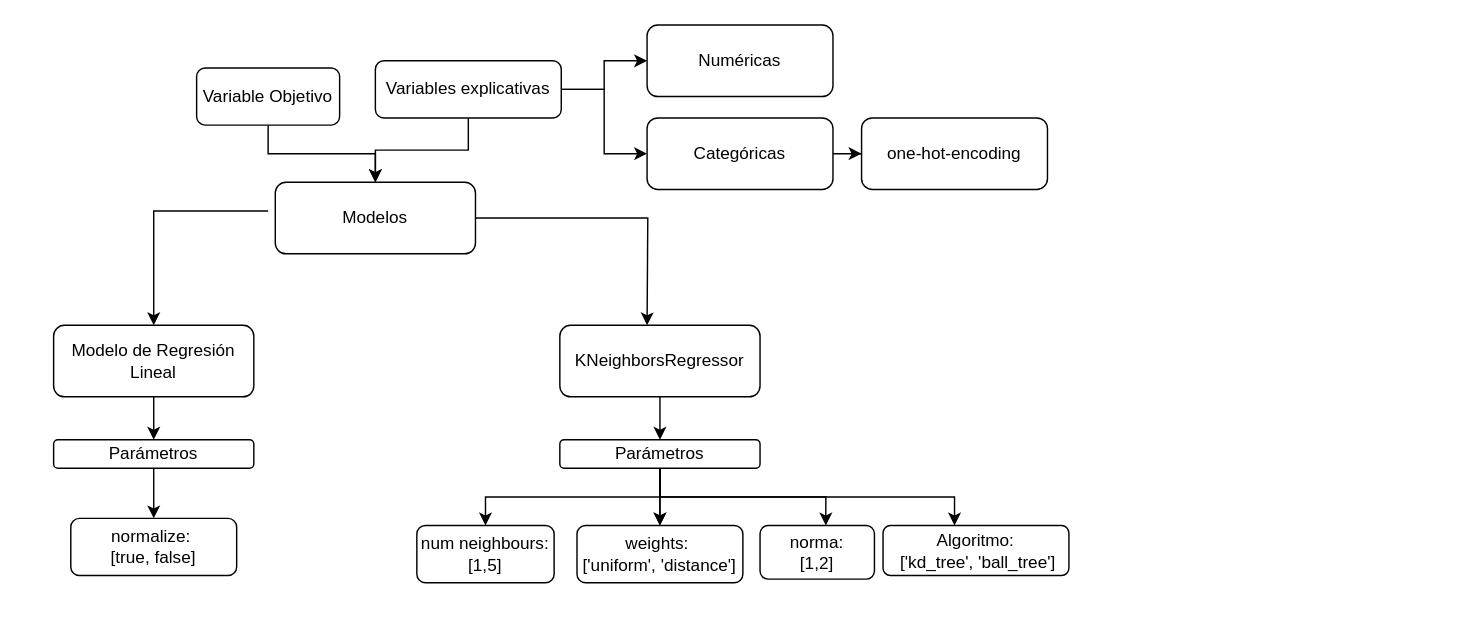
This is Untitled Diagram.drawio from Rebeca98/Proyecto_MineriaDatos, a draw.io file, before an edit. Source tidied: cells renumbered, new cells numbered last; positions are measured from the earlier drawing's top-left corner, leaving out a move shared by most shapes. Both pictures are drawn from the tidied source at 143%, with x=0, y=0 at pixel (53, 24).
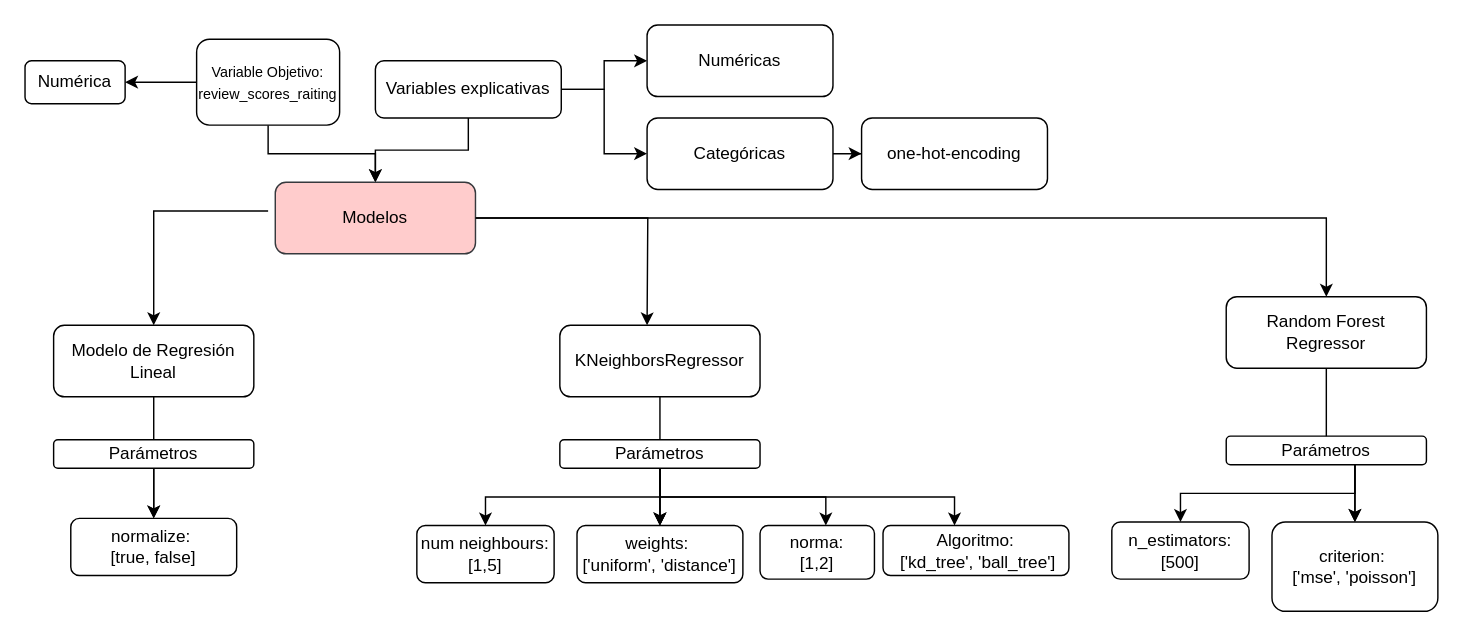
The same page after the edit.

The change refers to these unchanged cells:
```xml
<mxCell id="12" value="Modelo de Regresión Lineal" style="rounded=1;whiteSpace=wrap;html=1;fontSize=12;glass=0;strokeWidth=1;shadow=0;" parent="1" vertex="1">
  <mxGeometry y="210" width="140" height="50" as="geometry" />
</mxCell>
<mxCell id="15" value="KNeighborsRegressor" style="rounded=1;whiteSpace=wrap;html=1;fontSize=12;glass=0;strokeWidth=1;shadow=0;" parent="1" vertex="1">
  <mxGeometry x="354" y="210" width="140" height="50" as="geometry" />
</mxCell>
<mxCell id="24" value="weights:&amp;nbsp;&lt;br&gt;['uniform', 'distance']" style="rounded=1;whiteSpace=wrap;html=1;fontSize=12;glass=0;strokeWidth=1;shadow=0;" parent="1" vertex="1">
  <mxGeometry x="366" y="350" width="116" height="40" as="geometry" />
</mxCell>
<mxCell id="28" value="Parámetros" style="rounded=1;whiteSpace=wrap;html=1;fontSize=12;glass=0;strokeWidth=1;shadow=0;" parent="1" vertex="1">
  <mxGeometry y="290" width="140" height="20" as="geometry" />
</mxCell>
<mxCell id="29" value="normalize:&amp;nbsp;&lt;br&gt;[true, false]" style="rounded=1;whiteSpace=wrap;html=1;fontSize=12;glass=0;strokeWidth=1;shadow=0;" parent="1" vertex="1">
  <mxGeometry x="12" y="345" width="116" height="40" as="geometry" />
</mxCell>
```

Diff of the diagram source:
```diff
@@
+    <mxCell id="32" style="edgeStyle=orthogonalEdgeStyle;rounded=0;jettySize=auto;html=1;" parent="1" edge="1" source="3" target="36">
+      <mxGeometry relative="1" as="geometry" />
+    </mxCell>
-    <mxCell id="3" value="Variable Objetivo" style="rounded=1;whiteSpace=wrap;html=1;fontSize=12;glass=0;strokeWidth=1;shadow=0;" parent="1" vertex="1">
-      <mxGeometry x="100" y="30" width="100" height="40" as="geometry" />
+    <mxCell id="3" value="&lt;font style=&quot;font-size: 10px&quot;&gt;Variable Objetivo:&lt;br&gt;review_scores_raiting&lt;/font&gt;" style="rounded=1;whiteSpace=wrap;html=1;fontSize=12;glass=0;strokeWidth=1;shadow=0;" parent="1" vertex="1">
+      <mxGeometry x="100" y="10" width="100" height="60" as="geometry" />
     </mxCell>
@@
-    <mxCell id="11" style="edgeStyle=orthogonalEdgeStyle;rounded=0;jettySize=auto;html=1;" parent="1" edge="1" source="12" target="28">
-      <mxGeometry relative="1" as="geometry" />
-    </mxCell>
+    <mxCell id="33" style="edgeStyle=orthogonalEdgeStyle;rounded=0;jettySize=auto;html=1;fontSize=10;" parent="1" edge="1" source="12" target="29">
+      <mxGeometry relative="1" as="geometry" />
+    </mxCell>
@@
-    <mxCell id="14" style="edgeStyle=orthogonalEdgeStyle;rounded=0;jettySize=auto;html=1;" parent="1" edge="1" source="15">
-      <mxGeometry relative="1" as="geometry">
-        <mxPoint x="424" y="290" as="targetPoint" />
-      </mxGeometry>
-    </mxCell>
+    <mxCell id="34" style="edgeStyle=orthogonalEdgeStyle;rounded=0;jettySize=auto;html=1;fontSize=10;" parent="1" edge="1" source="15" target="24">
+      <mxGeometry relative="1" as="geometry" />
+    </mxCell>
@@
+    <mxCell id="35" style="edgeStyle=orthogonalEdgeStyle;rounded=0;jettySize=auto;html=1;fontSize=10;" parent="1" edge="1" source="16" target="38">
+      <mxGeometry relative="1" as="geometry" />
+    </mxCell>
-    <mxCell id="16" value="Modelos" style="rounded=1;whiteSpace=wrap;html=1;fontSize=12;glass=0;strokeWidth=1;shadow=0;" parent="1" vertex="1">
+    <mxCell id="16" value="Modelos" style="rounded=1;whiteSpace=wrap;html=1;fontSize=12;glass=0;strokeWidth=1;shadow=0;fillColor=#ffcccc;strokeColor=#36393d;" parent="1" vertex="1">
       <mxGeometry x="155" y="110" width="140" height="50" as="geometry" />
     </mxCell>
@@
+    <mxCell id="36" value="Numérica" style="rounded=1;whiteSpace=wrap;html=1;fontSize=12;glass=0;strokeWidth=1;shadow=0;" parent="1" vertex="1">
+      <mxGeometry x="-20" y="25" width="70" height="30" as="geometry" />
+    </mxCell>
+    <mxCell id="37" style="edgeStyle=orthogonalEdgeStyle;rounded=0;jettySize=auto;html=1;fontSize=10;" parent="1" edge="1" source="38" target="43">
+      <mxGeometry relative="1" as="geometry" />
+    </mxCell>
+    <mxCell id="38" value="Random Forest Regressor" style="rounded=1;whiteSpace=wrap;html=1;fontSize=12;glass=0;strokeWidth=1;shadow=0;" parent="1" vertex="1">
+      <mxGeometry x="820" y="190" width="140" height="50" as="geometry" />
+    </mxCell>
+    <mxCell id="39" style="edgeStyle=orthogonalEdgeStyle;rounded=0;jettySize=auto;html=1;" parent="1" edge="1" source="41" target="42">
+      <mxGeometry relative="1" as="geometry">
+        <Array as="points">
+          <mxPoint x="910" y="327.5" />
+          <mxPoint x="788" y="327.5" />
+        </Array>
+      </mxGeometry>
+    </mxCell>
+    <mxCell id="40" style="edgeStyle=orthogonalEdgeStyle;rounded=0;jettySize=auto;html=1;" parent="1" edge="1" source="41" target="43">
+      <mxGeometry relative="1" as="geometry">
+        <Array as="points">
+          <mxPoint x="910" y="320" />
+          <mxPoint x="910" y="320" />
+        </Array>
+      </mxGeometry>
+    </mxCell>
+    <mxCell id="41" value="Parámetros" style="rounded=1;whiteSpace=wrap;html=1;fontSize=12;glass=0;strokeWidth=1;shadow=0;" parent="1" vertex="1">
+      <mxGeometry x="820" y="287.5" width="140" height="20" as="geometry" />
+    </mxCell>
+    <mxCell id="42" value="n_estimators: &lt;br&gt;[500]" style="rounded=1;whiteSpace=wrap;html=1;fontSize=12;glass=0;strokeWidth=1;shadow=0;" parent="1" vertex="1">
+      <mxGeometry x="740" y="347.5" width="96" height="40" as="geometry" />
+    </mxCell>
+    <mxCell id="43" value="criterion:&amp;nbsp;&lt;br&gt;['mse', 'poisson']" style="rounded=1;whiteSpace=wrap;html=1;fontSize=12;glass=0;strokeWidth=1;shadow=0;" parent="1" vertex="1">
+      <mxGeometry x="852" y="347.5" width="116" height="62.5" as="geometry" />
+    </mxCell>
```
